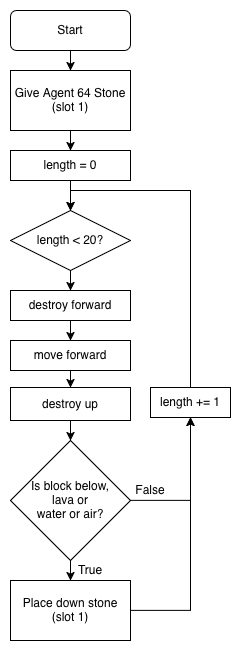
Before: tutorials/python-islands/island-7/autominer/images/Flowchart.png, a diagram exported from draw.io (CausewayDigital/Minecraft-EE-MakeCode). Source tidied: cells renumbered, new cells last; positions are measured from the earlier drawing's top-left corner, leaving out a move shared by most shapes.
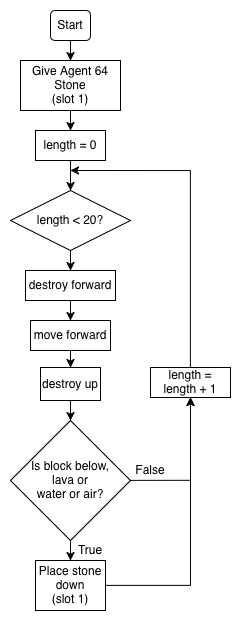
After the change.

What changed in the source:
```diff
@@ -6,19 +6,19 @@
       <mxGeometry relative="1" as="geometry" />
     </mxCell>
     <mxCell id="3" value="Start" style="rounded=1;whiteSpace=wrap;html=1;" parent="1" vertex="1">
-      <mxGeometry width="120" height="40" as="geometry" />
+      <mxGeometry x="40" y="20" width="40" height="30" as="geometry" />
     </mxCell>
     <mxCell id="4" style="edgeStyle=orthogonalEdgeStyle;rounded=0;jettySize=auto;html=1;" parent="1" edge="1" source="5" target="7">
       <mxGeometry relative="1" as="geometry" />
     </mxCell>
     <mxCell id="5" value="&lt;div&gt;Give Agent 64 Stone&lt;/div&gt;(slot 1)" style="rounded=0;whiteSpace=wrap;html=1;" parent="1" vertex="1">
-      <mxGeometry y="60" width="120" height="60" as="geometry" />
+      <mxGeometry x="10" y="70" width="100" height="50" as="geometry" />
     </mxCell>
     <mxCell id="6" style="edgeStyle=orthogonalEdgeStyle;rounded=0;jettySize=auto;html=1;exitX=0.5;exitY=1;exitDx=0;exitDy=0;" parent="1" edge="1" source="7" target="9">
       <mxGeometry relative="1" as="geometry" />
     </mxCell>
     <mxCell id="7" value="length = 0" style="rounded=0;whiteSpace=wrap;html=1;" parent="1" vertex="1">
-      <mxGeometry y="140" width="120" height="30" as="geometry" />
+      <mxGeometry x="25" y="140" width="70" height="30" as="geometry" />
     </mxCell>
     <mxCell id="8" style="edgeStyle=orthogonalEdgeStyle;rounded=0;jettySize=auto;html=1;entryX=0.5;entryY=0;entryDx=0;entryDy=0;" parent="1" edge="1" source="9" target="11">
       <mxGeometry relative="1" as="geometry" />
@@ -30,19 +30,19 @@
       <mxGeometry relative="1" as="geometry" />
     </mxCell>
     <mxCell id="11" value="destroy forward" style="rounded=0;whiteSpace=wrap;html=1;" parent="1" vertex="1">
-      <mxGeometry y="280" width="120" height="30" as="geometry" />
+      <mxGeometry x="15" y="280" width="90" height="30" as="geometry" />
     </mxCell>
     <mxCell id="12" style="edgeStyle=orthogonalEdgeStyle;rounded=0;jettySize=auto;html=1;entryX=0.5;entryY=0;entryDx=0;entryDy=0;" parent="1" edge="1" source="13" target="15">
       <mxGeometry relative="1" as="geometry" />
     </mxCell>
     <mxCell id="13" value="move forward" style="rounded=0;whiteSpace=wrap;html=1;" parent="1" vertex="1">
-      <mxGeometry y="330" width="120" height="30" as="geometry" />
+      <mxGeometry x="20" y="330" width="80" height="30" as="geometry" />
     </mxCell>
     <mxCell id="14" style="edgeStyle=orthogonalEdgeStyle;rounded=0;jettySize=auto;html=1;" parent="1" edge="1" source="15" target="18">
       <mxGeometry relative="1" as="geometry" />
     </mxCell>
     <mxCell id="15" value="destroy up" style="rounded=0;whiteSpace=wrap;html=1;" parent="1" vertex="1">
-      <mxGeometry y="377" width="120" height="33" as="geometry" />
+      <mxGeometry x="30" y="377" width="60" height="33" as="geometry" />
     </mxCell>
     <mxCell id="16" style="edgeStyle=orthogonalEdgeStyle;rounded=0;jettySize=auto;html=1;" parent="1" edge="1" source="18">
       <mxGeometry relative="1" as="geometry">
@@ -58,8 +58,8 @@
     <mxCell id="19" style="edgeStyle=orthogonalEdgeStyle;rounded=0;jettySize=auto;html=1;" parent="1" edge="1" source="20" target="24">
       <mxGeometry relative="1" as="geometry" />
     </mxCell>
-    <mxCell id="20" value="&lt;div&gt;Place down stone&lt;/div&gt;(slot 1)" style="rounded=0;whiteSpace=wrap;html=1;" parent="1" vertex="1">
-      <mxGeometry y="570" width="120" height="60" as="geometry" />
+    <mxCell id="20" value="&lt;div&gt;Place stone down&lt;/div&gt;(slot 1)" style="rounded=0;whiteSpace=wrap;html=1;" parent="1" vertex="1">
+      <mxGeometry x="25" y="570" width="70" height="50" as="geometry" />
     </mxCell>
     <mxCell id="21" value="True&lt;span style=&quot;color: rgba(0 , 0 , 0 , 0) ; font-family: monospace ; font-size: 0px&quot;&gt;%3CmxGraphModel%3E%3Croot%3E%3CmxCell%20id%3D%220%22%2F%3E%3CmxCell%20id%3D%221%22%20parent%3D%220%22%2F%3E%3CmxCell%20id%3D%222%22%20value%3D%22destroy%20forward%22%20style%3D%22rounded%3D0%3BwhiteSpace%3Dwrap%3Bhtml%3D1%3B%22%20vertex%3D%221%22%20parent%3D%221%22%3E%3CmxGeometry%20x%3D%22240%22%20y%3D%22560%22%20width%3D%22120%22%20height%3D%2260%22%20as%3D%22geometry%22%2F%3E%3C%2FmxCell%3E%3C%2Froot%3E%3C%2FmxGraphModel%3E&lt;/span&gt;" style="text;html=1;strokeColor=none;fillColor=none;align=center;verticalAlign=middle;whiteSpace=wrap;rounded=0;" parent="1" vertex="1">
       <mxGeometry x="60" y="550" width="40" height="20" as="geometry" />
@@ -67,15 +67,15 @@
     <mxCell id="22" value="False" style="text;html=1;strokeColor=none;fillColor=none;align=center;verticalAlign=middle;whiteSpace=wrap;rounded=0;" parent="1" vertex="1">
       <mxGeometry x="120" y="470" width="40" height="20" as="geometry" />
     </mxCell>
-    <mxCell id="23" style="edgeStyle=orthogonalEdgeStyle;rounded=0;jettySize=auto;html=1;entryX=0.5;entryY=0;entryDx=0;entryDy=0;" parent="1" edge="1" source="24" target="9">
-      <mxGeometry relative="1" as="geometry">
-        <Array as="points">
-          <mxPoint x="180" y="180" />
-          <mxPoint x="60" y="180" />
-        </Array>
-      </mxGeometry>
-    </mxCell>
+    <mxCell id="25" style="edgeStyle=orthogonalEdgeStyle;rounded=0;jettySize=auto;html=1;" parent="1" edge="1" source="24">
+      <mxGeometry relative="1" as="geometry">
+        <mxPoint x="60" y="180" as="targetPoint" />
+        <Array as="points">
+          <mxPoint x="180" y="180" />
+        </Array>
+      </mxGeometry>
+    </mxCell>
-    <mxCell id="24" value="length += 1" style="rounded=0;whiteSpace=wrap;html=1;" parent="1" vertex="1">
+    <mxCell id="24" value="length = length + 1" style="rounded=0;whiteSpace=wrap;html=1;" parent="1" vertex="1">
       <mxGeometry x="140" y="377" width="80" height="30" as="geometry" />
     </mxCell>
   </root>
```
